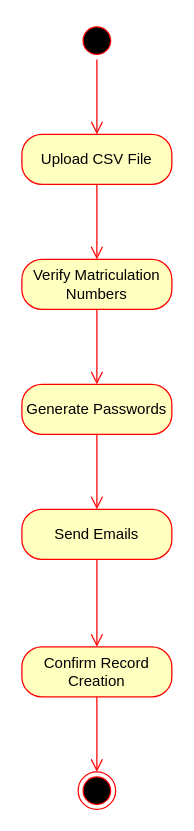
The draw.io diagram Activity Diagram 5.drawio in TEyo15/BotOfficeProjects, before the edit. Source tidied: cells renumbered, new cells numbered last; positions are measured from the earlier drawing's top-left corner, leaving out a move shared by most shapes. Both pictures are drawn from the tidied source at 125%, with x=0, y=0 at pixel (21, 21).
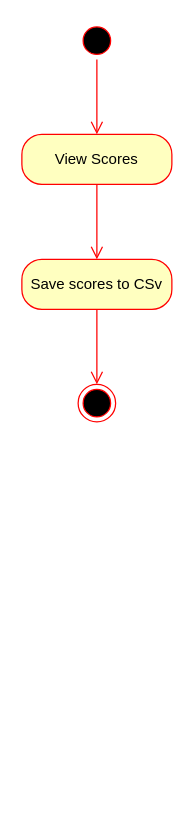
Above is the later version.

What changed in the source:
```diff
@@
 <mxGraphModel>
   <root>
     <mxCell id="0" />
     <mxCell id="1" parent="0" />
     <mxCell id="2" style="ellipse;html=1;shape=startState;fillColor=#000000;strokeColor=#ff0000;" parent="1" vertex="1">
       <mxGeometry x="45" width="30" height="30" as="geometry" />
     </mxCell>
     <mxCell id="3" style="edgeStyle=orthogonalEdgeStyle;html=1;verticalAlign=bottom;endArrow=open;endSize=8;strokeColor=#ff0000;rounded=0;" parent="1" edge="1" source="2">
       <mxGeometry relative="1" as="geometry">
         <mxPoint x="60" y="90" as="targetPoint" />
       </mxGeometry>
     </mxCell>
-    <mxCell id="4" value="Upload CSV File" style="rounded=1;whiteSpace=wrap;html=1;arcSize=40;fontColor=#000000;fillColor=#ffffc0;strokeColor=#ff0000;" parent="1" vertex="1">
+    <mxCell id="4" value="View Scores" style="rounded=1;whiteSpace=wrap;html=1;arcSize=40;fontColor=#000000;fillColor=#ffffc0;strokeColor=#ff0000;" parent="1" vertex="1">
       <mxGeometry y="90" width="120" height="40" as="geometry" />
     </mxCell>
     <mxCell id="5" style="edgeStyle=orthogonalEdgeStyle;html=1;verticalAlign=bottom;endArrow=open;endSize=8;strokeColor=#ff0000;rounded=0;" parent="1" edge="1" source="4">
       <mxGeometry relative="1" as="geometry">
         <mxPoint x="60" y="190" as="targetPoint" />
       </mxGeometry>
     </mxCell>
-    <mxCell id="6" value="Verify Matriculation Numbers" style="rounded=1;whiteSpace=wrap;html=1;arcSize=40;fontColor=#000000;fillColor=#ffffc0;strokeColor=#ff0000;" parent="1" vertex="1">
+    <mxCell id="6" value="Save scores to CSv" style="rounded=1;whiteSpace=wrap;html=1;arcSize=40;fontColor=#000000;fillColor=#ffffc0;strokeColor=#ff0000;" parent="1" vertex="1">
       <mxGeometry y="190" width="120" height="40" as="geometry" />
     </mxCell>
     <mxCell id="7" style="edgeStyle=orthogonalEdgeStyle;html=1;verticalAlign=bottom;endArrow=open;endSize=8;strokeColor=#ff0000;rounded=0;" parent="1" edge="1" source="6">
       <mxGeometry relative="1" as="geometry">
         <mxPoint x="60" y="290" as="targetPoint" />
       </mxGeometry>
     </mxCell>
-    <mxCell id="8" value="Generate Passwords" style="rounded=1;whiteSpace=wrap;html=1;arcSize=40;fontColor=#000000;fillColor=#ffffc0;strokeColor=#ff0000;" parent="1" vertex="1">
-      <mxGeometry y="290" width="120" height="40" as="geometry" />
-    </mxCell>
-    <mxCell id="9" style="edgeStyle=orthogonalEdgeStyle;html=1;verticalAlign=bottom;endArrow=open;endSize=8;strokeColor=#ff0000;rounded=0;" parent="1" edge="1" source="8">
-      <mxGeometry relative="1" as="geometry">
-        <mxPoint x="60" y="390" as="targetPoint" />
-      </mxGeometry>
-    </mxCell>
-    <mxCell id="10" value="Send Emails" style="rounded=1;whiteSpace=wrap;html=1;arcSize=40;fontColor=#000000;fillColor=#ffffc0;strokeColor=#ff0000;" parent="1" vertex="1">
-      <mxGeometry y="390" width="120" height="40" as="geometry" />
-    </mxCell>
-    <mxCell id="11" style="edgeStyle=orthogonalEdgeStyle;html=1;verticalAlign=bottom;endArrow=open;endSize=8;strokeColor=#ff0000;rounded=0;" parent="1" edge="1" source="10">
-      <mxGeometry relative="1" as="geometry">
-        <mxPoint x="60" y="500" as="targetPoint" />
-      </mxGeometry>
-    </mxCell>
-    <mxCell id="12" value="Confirm Record Creation" style="rounded=1;whiteSpace=wrap;html=1;arcSize=40;fontColor=#000000;fillColor=#ffffc0;strokeColor=#ff0000;" parent="1" vertex="1">
-      <mxGeometry y="500" width="120" height="40" as="geometry" />
-    </mxCell>
-    <mxCell id="13" style="edgeStyle=orthogonalEdgeStyle;html=1;verticalAlign=bottom;endArrow=open;endSize=8;strokeColor=#ff0000;rounded=0;" parent="1" edge="1" source="12">
-      <mxGeometry relative="1" as="geometry">
-        <mxPoint x="60" y="600" as="targetPoint" />
-      </mxGeometry>
-    </mxCell>
-    <mxCell id="14" style="ellipse;html=1;shape=endState;fillColor=#000000;strokeColor=#ff0000;" parent="1" vertex="1">
-      <mxGeometry x="45" y="600" width="30" height="30" as="geometry" />
-    </mxCell>
+    <mxCell id="15" style="ellipse;html=1;shape=endState;fillColor=#000000;strokeColor=#ff0000;" parent="1" vertex="1">
+      <mxGeometry x="45" y="290" width="30" height="30" as="geometry" />
+    </mxCell>
   </root>
 </mxGraphModel>
```
